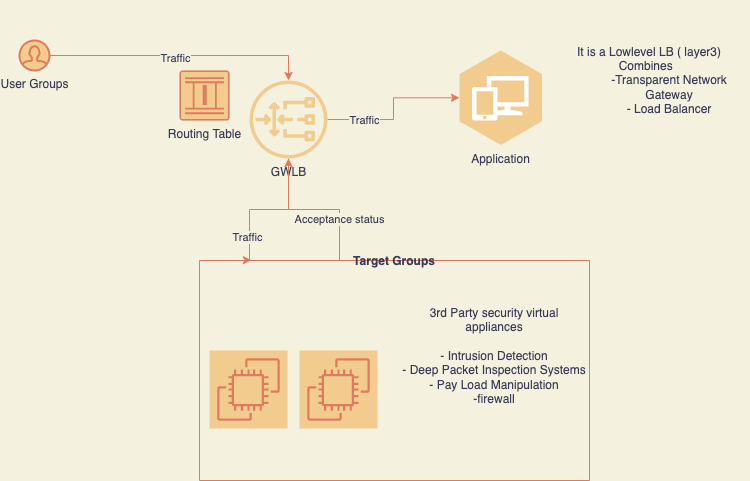
Earlier version of the draw.io export GWLB.drawio.png (diemonch/aws). Source tidied: cells renumbered, new cells last; positions are measured from the earlier drawing's top-left corner, leaving out a move shared by most shapes.
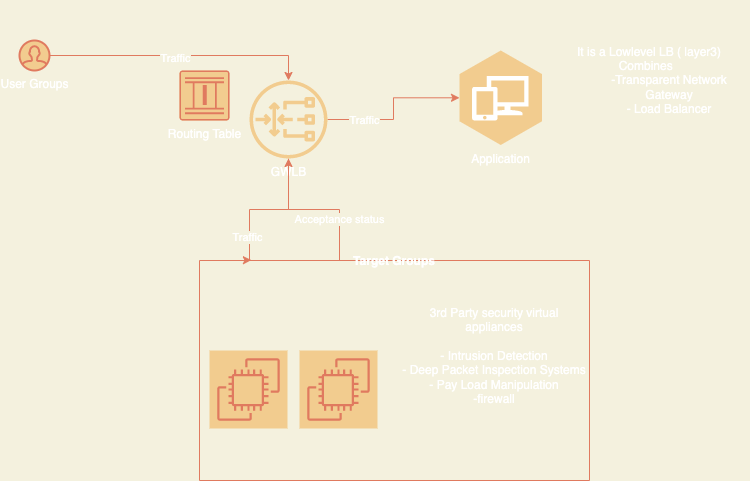
Above is the later version.

Diff of the diagram source:
```diff
@@ -2,7 +2,7 @@
   <root>
     <mxCell id="0" />
     <mxCell id="1" parent="0" />
-    <mxCell id="2" style="edgeStyle=orthogonalEdgeStyle;rounded=0;jettySize=auto;html=1;entryX=0.133;entryY=-0.002;entryDx=0;entryDy=0;entryPerimeter=0;strokeColor=#E07A5F;fontColor=#393C56;labelBackgroundColor=#F4F1DE;" parent="1" edge="1" source="6" target="13">
+    <mxCell id="2" style="edgeStyle=orthogonalEdgeStyle;rounded=0;jettySize=auto;html=1;entryX=0.133;entryY=-0.002;entryDx=0;entryDy=0;entryPerimeter=0;strokeColor=#E07A5F;fontColor=#FFFFFF;labelBackgroundColor=#F4F1DE;" parent="1" edge="1" source="6" target="13">
       <mxGeometry relative="1" as="geometry">
         <Array as="points">
           <mxPoint x="269" y="209" />
@@ -11,33 +11,33 @@
         </Array>
       </mxGeometry>
     </mxCell>
-    <mxCell id="3" value="Traffic" style="edgeLabel;html=1;align=center;verticalAlign=middle;fontColor=#393C56;labelBackgroundColor=#F4F1DE;" parent="2" vertex="1">
+    <mxCell id="3" value="Traffic" style="edgeLabel;html=1;align=center;verticalAlign=middle;fontColor=#FFFFFF;labelBackgroundColor=#F4F1DE;" parent="2" vertex="1">
       <mxGeometry x="0.64" y="-3" relative="1" as="geometry" />
     </mxCell>
-    <mxCell id="4" style="edgeStyle=orthogonalEdgeStyle;rounded=0;jettySize=auto;html=1;strokeColor=#E07A5F;fontColor=#393C56;labelBackgroundColor=#F4F1DE;" parent="1" edge="1" source="6" target="17">
+    <mxCell id="4" style="edgeStyle=orthogonalEdgeStyle;rounded=0;jettySize=auto;html=1;strokeColor=#E07A5F;fontColor=#FFFFFF;labelBackgroundColor=#F4F1DE;" parent="1" edge="1" source="6" target="17">
       <mxGeometry relative="1" as="geometry" />
     </mxCell>
-    <mxCell id="5" value="Traffic" style="edgeLabel;html=1;align=center;verticalAlign=middle;fontColor=#393C56;labelBackgroundColor=#F4F1DE;" parent="4" vertex="1">
+    <mxCell id="5" value="Traffic" style="edgeLabel;html=1;align=center;verticalAlign=middle;fontColor=#FFFFFF;labelBackgroundColor=#F4F1DE;" parent="4" vertex="1">
       <mxGeometry x="-0.53" y="1" relative="1" as="geometry">
         <mxPoint y="1" as="offset" />
       </mxGeometry>
     </mxCell>
-    <mxCell id="6" value="GWLB" style="sketch=0;outlineConnect=0;fontColor=#393C56;fillColor=#F2CC8F;strokeColor=none;dashed=0;verticalLabelPosition=bottom;verticalAlign=top;align=center;html=1;fontSize=12;fontStyle=0;shape=mxgraph.aws4.gateway_load_balancer;" parent="1" vertex="1">
+    <mxCell id="6" value="GWLB" style="sketch=0;outlineConnect=0;fontColor=#FFFFFF;fillColor=#F2CC8F;strokeColor=none;dashed=0;verticalLabelPosition=bottom;verticalAlign=top;align=center;html=1;fontSize=12;fontStyle=0;shape=mxgraph.aws4.gateway_load_balancer;" parent="1" vertex="1">
       <mxGeometry x="230" y="80" width="78" height="78" as="geometry" />
     </mxCell>
-    <mxCell id="7" style="edgeStyle=orthogonalEdgeStyle;rounded=0;jettySize=auto;html=1;strokeColor=#E07A5F;fontColor=#393C56;labelBackgroundColor=#F4F1DE;" parent="1" edge="1" source="9" target="6">
+    <mxCell id="7" style="edgeStyle=orthogonalEdgeStyle;rounded=0;jettySize=auto;html=1;strokeColor=#E07A5F;fontColor=#FFFFFF;labelBackgroundColor=#F4F1DE;" parent="1" edge="1" source="9" target="6">
       <mxGeometry relative="1" as="geometry" />
     </mxCell>
-    <mxCell id="8" value="Traffic" style="edgeLabel;html=1;align=center;verticalAlign=middle;fontColor=#393C56;labelBackgroundColor=#F4F1DE;" parent="7" vertex="1">
+    <mxCell id="8" value="Traffic" style="edgeLabel;html=1;align=center;verticalAlign=middle;fontColor=#FFFFFF;labelBackgroundColor=#F4F1DE;" parent="7" vertex="1">
       <mxGeometry x="-0.05" y="-2" relative="1" as="geometry" />
     </mxCell>
-    <mxCell id="9" value="User Groups" style="html=1;verticalLabelPosition=bottom;align=center;verticalAlign=top;strokeWidth=2;strokeColor=#E07A5F;shadow=0;dashed=0;shape=mxgraph.ios7.icons.user;fillColor=#F2CC8F;fontColor=#393C56;" parent="1" vertex="1">
+    <mxCell id="9" value="User Groups" style="html=1;verticalLabelPosition=bottom;align=center;verticalAlign=top;strokeWidth=2;strokeColor=#E07A5F;shadow=0;dashed=0;shape=mxgraph.ios7.icons.user;fillColor=#F2CC8F;fontColor=#FFFFFF;" parent="1" vertex="1">
       <mxGeometry y="40" width="30" height="30" as="geometry" />
     </mxCell>
-    <mxCell id="10" value="Routing Table" style="sketch=0;verticalLabelPosition=bottom;html=1;verticalAlign=top;align=center;shape=mxgraph.cisco19.rect;prIcon=service_ready_engine;fillColor=#F2CC8F;strokeColor=#E07A5F;fontColor=#393C56;" parent="1" vertex="1">
+    <mxCell id="10" value="Routing Table" style="sketch=0;verticalLabelPosition=bottom;html=1;verticalAlign=top;align=center;shape=mxgraph.cisco19.rect;prIcon=service_ready_engine;fillColor=#F2CC8F;strokeColor=#E07A5F;fontColor=#FFFFFF;" parent="1" vertex="1">
       <mxGeometry x="160" y="70" width="50" height="50" as="geometry" />
     </mxCell>
-    <mxCell id="11" style="edgeStyle=orthogonalEdgeStyle;rounded=0;jettySize=auto;html=1;strokeColor=#E07A5F;fontColor=#393C56;labelBackgroundColor=#F4F1DE;" parent="1" edge="1" source="13" target="6">
+    <mxCell id="11" style="edgeStyle=orthogonalEdgeStyle;rounded=0;jettySize=auto;html=1;strokeColor=#E07A5F;fontColor=#FFFFFF;labelBackgroundColor=#F4F1DE;" parent="1" edge="1" source="13" target="6">
       <mxGeometry relative="1" as="geometry">
         <Array as="points">
           <mxPoint x="320" y="209" />
@@ -45,25 +45,25 @@
         </Array>
       </mxGeometry>
     </mxCell>
-    <mxCell id="12" value="Acceptance status" style="edgeLabel;html=1;align=center;verticalAlign=middle;fontColor=#393C56;labelBackgroundColor=#F4F1DE;" parent="11" vertex="1">
+    <mxCell id="12" value="Acceptance status" style="edgeLabel;html=1;align=center;verticalAlign=middle;fontColor=#FFFFFF;labelBackgroundColor=#F4F1DE;" parent="11" vertex="1">
       <mxGeometry x="-0.45" y="1" relative="1" as="geometry" />
     </mxCell>
-    <mxCell id="13" value="Target Groups" style="swimlane;startSize=0;fillColor=#F2CC8F;strokeColor=#E07A5F;fontColor=#393C56;" parent="1" vertex="1">
+    <mxCell id="13" value="Target Groups" style="swimlane;startSize=0;fillColor=#F2CC8F;strokeColor=#E07A5F;fontColor=#FFFFFF;" parent="1" vertex="1">
       <mxGeometry x="180" y="260" width="390" height="220" as="geometry" />
     </mxCell>
-    <mxCell id="14" style="sketch=0;fontColor=#393C56;gradientDirection=north;fillColor=#F2CC8F;strokeColor=#E07A5F;dashed=0;verticalLabelPosition=bottom;verticalAlign=top;align=center;html=1;fontSize=12;fontStyle=0;shape=mxgraph.aws4.resourceIcon;resIcon=mxgraph.aws4.ec2;" parent="13" vertex="1">
+    <mxCell id="14" style="sketch=0;fontColor=#FFFFFF;gradientDirection=north;fillColor=#F2CC8F;strokeColor=#E07A5F;dashed=0;verticalLabelPosition=bottom;verticalAlign=top;align=center;html=1;fontSize=12;fontStyle=0;shape=mxgraph.aws4.resourceIcon;resIcon=mxgraph.aws4.ec2;" parent="13" vertex="1">
       <mxGeometry x="10" y="90" width="78" height="78" as="geometry" />
     </mxCell>
-    <mxCell id="15" style="sketch=0;fontColor=#393C56;gradientDirection=north;fillColor=#F2CC8F;strokeColor=#E07A5F;dashed=0;verticalLabelPosition=bottom;verticalAlign=top;align=center;html=1;fontSize=12;fontStyle=0;shape=mxgraph.aws4.resourceIcon;resIcon=mxgraph.aws4.ec2;" parent="13" vertex="1">
+    <mxCell id="15" style="sketch=0;fontColor=#FFFFFF;gradientDirection=north;fillColor=#F2CC8F;strokeColor=#E07A5F;dashed=0;verticalLabelPosition=bottom;verticalAlign=top;align=center;html=1;fontSize=12;fontStyle=0;shape=mxgraph.aws4.resourceIcon;resIcon=mxgraph.aws4.ec2;" parent="13" vertex="1">
       <mxGeometry x="100" y="90" width="78" height="78" as="geometry" />
     </mxCell>
-    <mxCell id="16" value="3rd Party security virtual appliances&lt;br&gt;&lt;br&gt;- Intrusion Detection&lt;br&gt;- Deep Packet Inspection Systems&lt;br&gt;- Pay Load Manipulation&lt;br&gt;-firewall&lt;br&gt;&lt;br&gt;&lt;br&gt;" style="text;html=1;strokeColor=none;fillColor=none;align=center;verticalAlign=middle;whiteSpace=wrap;rounded=0;fontColor=#393C56;" parent="13" vertex="1">
+    <mxCell id="16" value="3rd Party security virtual appliances&lt;br&gt;&lt;br&gt;- Intrusion Detection&lt;br&gt;- Deep Packet Inspection Systems&lt;br&gt;- Pay Load Manipulation&lt;br&gt;-firewall&lt;br&gt;&lt;br&gt;&lt;br&gt;" style="text;html=1;strokeColor=none;fillColor=none;align=center;verticalAlign=middle;whiteSpace=wrap;rounded=0;fontColor=#FFFFFF;" parent="13" vertex="1">
       <mxGeometry x="200" width="190" height="220" as="geometry" />
     </mxCell>
-    <mxCell id="17" value="Application" style="outlineConnect=0;dashed=0;verticalLabelPosition=bottom;verticalAlign=top;align=center;html=1;shape=mxgraph.aws3.workspaces;fillColor=#F2CC8F;gradientDirection=north;strokeColor=#E07A5F;fontColor=#393C56;" parent="1" vertex="1">
+    <mxCell id="17" value="Application" style="outlineConnect=0;dashed=0;verticalLabelPosition=bottom;verticalAlign=top;align=center;html=1;shape=mxgraph.aws3.workspaces;fillColor=#F2CC8F;gradientDirection=north;strokeColor=#E07A5F;fontColor=#FFFFFF;" parent="1" vertex="1">
       <mxGeometry x="440" y="50" width="82.5" height="94.5" as="geometry" />
     </mxCell>
-    <mxCell id="18" value="It is a Lowlevel LB ( layer3)&lt;br&gt;Combines&amp;nbsp;&amp;nbsp;&lt;br&gt;&lt;blockquote style=&quot;margin: 0 0 0 40px; border: none; padding: 0px;&quot;&gt;-Transparent Network Gateway&lt;/blockquote&gt;&lt;blockquote style=&quot;margin: 0 0 0 40px; border: none; padding: 0px;&quot;&gt;- Load Balancer&lt;/blockquote&gt;" style="text;html=1;strokeColor=none;fillColor=none;align=center;verticalAlign=middle;whiteSpace=wrap;rounded=0;fontColor=#393C56;" parent="1" vertex="1">
+    <mxCell id="18" value="It is a Lowlevel LB ( layer3)&lt;br&gt;Combines&amp;nbsp;&amp;nbsp;&lt;br&gt;&lt;blockquote style=&quot;margin: 0 0 0 40px; border: none; padding: 0px;&quot;&gt;-Transparent Network Gateway&lt;/blockquote&gt;&lt;blockquote style=&quot;margin: 0 0 0 40px; border: none; padding: 0px;&quot;&gt;- Load Balancer&lt;/blockquote&gt;" style="text;html=1;strokeColor=none;fillColor=none;align=center;verticalAlign=middle;whiteSpace=wrap;rounded=0;fontColor=#FFFFFF;" parent="1" vertex="1">
       <mxGeometry x="530" width="200" height="160" as="geometry" />
     </mxCell>
   </root>
```
